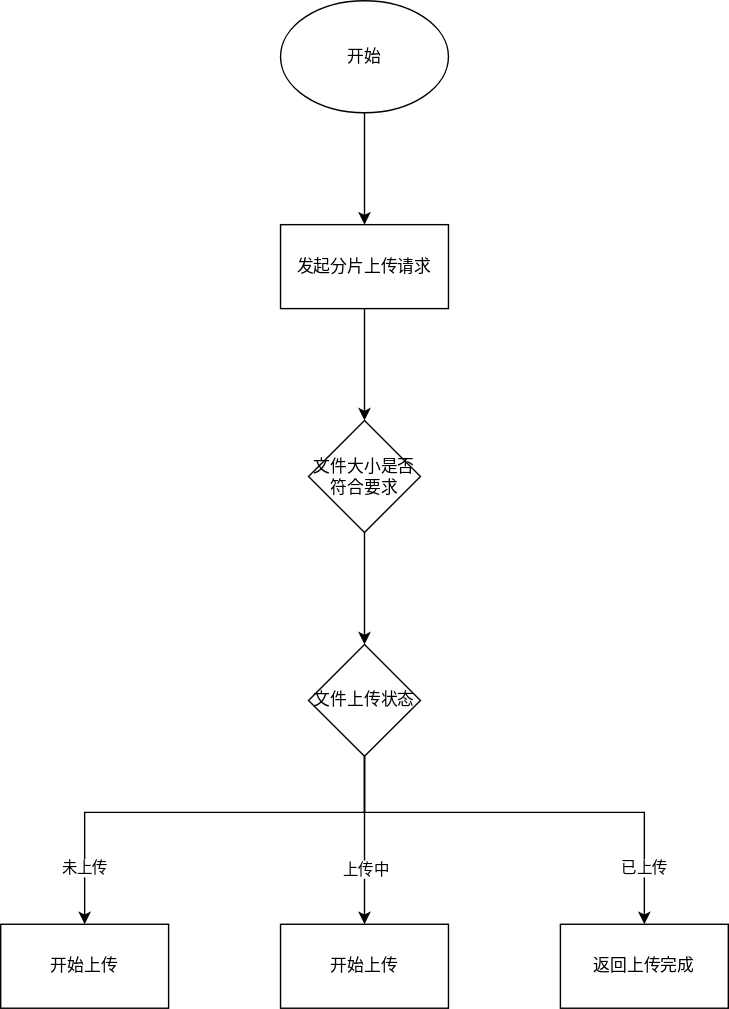
The draw.io diagram goudong-file-server/README.assets/文件分片上传.svg in GitHubFeiLong/goudong-java, before a commit. Source tidied: cells renumbered, new cells last; positions are measured from the earlier drawing's top-left corner, leaving out a move shared by most shapes.
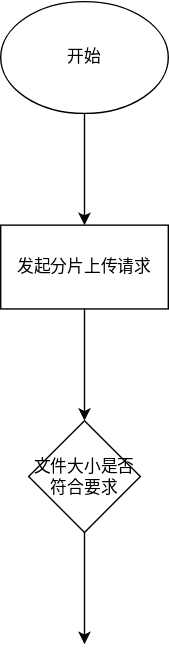
The same diagram one commit later.

What changed in the source:
```diff
@@ -14,47 +14,13 @@
     <mxCell id="5" value="发起分片上传请求" style="rounded=0;whiteSpace=wrap;html=1;" parent="1" vertex="1">
       <mxGeometry x="200" y="160" width="120" height="60" as="geometry" />
     </mxCell>
-    <mxCell id="6" style="edgeStyle=orthogonalEdgeStyle;rounded=0;jettySize=auto;html=1;" parent="1" edge="1" source="7" target="12">
-      <mxGeometry relative="1" as="geometry" />
+    <mxCell id="6" style="edgeStyle=orthogonalEdgeStyle;rounded=0;jettySize=auto;html=1;" parent="1" edge="1" source="7">
+      <mxGeometry relative="1" as="geometry">
+        <mxPoint x="260" y="460" as="targetPoint" />
+      </mxGeometry>
     </mxCell>
     <mxCell id="7" value="文件大小是否符合要求" style="rhombus;whiteSpace=wrap;html=1;" parent="1" vertex="1">
       <mxGeometry x="220" y="300" width="80" height="80" as="geometry" />
     </mxCell>
-    <mxCell id="8" value="未上传" style="edgeStyle=orthogonalEdgeStyle;rounded=0;jettySize=auto;html=1;" parent="1" edge="1" source="12" target="13">
-      <mxGeometry x="0.75" relative="1" as="geometry">
-        <Array as="points">
-          <mxPoint x="260" y="580" />
-          <mxPoint x="60" y="580" />
-        </Array>
-      </mxGeometry>
-    </mxCell>
-    <mxCell id="9" style="edgeStyle=orthogonalEdgeStyle;rounded=0;jettySize=auto;html=1;entryX=0.5;entryY=0;entryDx=0;entryDy=0;" parent="1" edge="1" source="12" target="14">
-      <mxGeometry relative="1" as="geometry" />
-    </mxCell>
-    <mxCell id="10" value="上传中" style="edgeLabel;html=1;align=center;verticalAlign=middle;" parent="9" vertex="1">
-      <mxGeometry x="0.22" relative="1" as="geometry">
-        <mxPoint y="7" as="offset" />
-      </mxGeometry>
-    </mxCell>
-    <mxCell id="11" value="已上传" style="edgeStyle=orthogonalEdgeStyle;rounded=0;jettySize=auto;html=1;entryX=0.5;entryY=0;entryDx=0;entryDy=0;" parent="1" edge="1" source="12" target="15">
-      <mxGeometry x="0.75" relative="1" as="geometry">
-        <Array as="points">
-          <mxPoint x="260" y="580" />
-          <mxPoint x="460" y="580" />
-        </Array>
-      </mxGeometry>
-    </mxCell>
-    <mxCell id="12" value="文件上传状态" style="rhombus;whiteSpace=wrap;html=1;" parent="1" vertex="1">
-      <mxGeometry x="220" y="460" width="80" height="80" as="geometry" />
-    </mxCell>
-    <mxCell id="13" value="开始上传" style="whiteSpace=wrap;html=1;" parent="1" vertex="1">
-      <mxGeometry y="660" width="120" height="60" as="geometry" />
-    </mxCell>
-    <mxCell id="14" value="&lt;span&gt;开始上传&lt;/span&gt;" style="whiteSpace=wrap;html=1;" parent="1" vertex="1">
-      <mxGeometry x="200" y="660" width="120" height="60" as="geometry" />
-    </mxCell>
-    <mxCell id="15" value="返回上传完成" style="whiteSpace=wrap;html=1;" parent="1" vertex="1">
-      <mxGeometry x="400" y="660" width="120" height="60" as="geometry" />
-    </mxCell>
   </root>
 </mxGraphModel>
```
